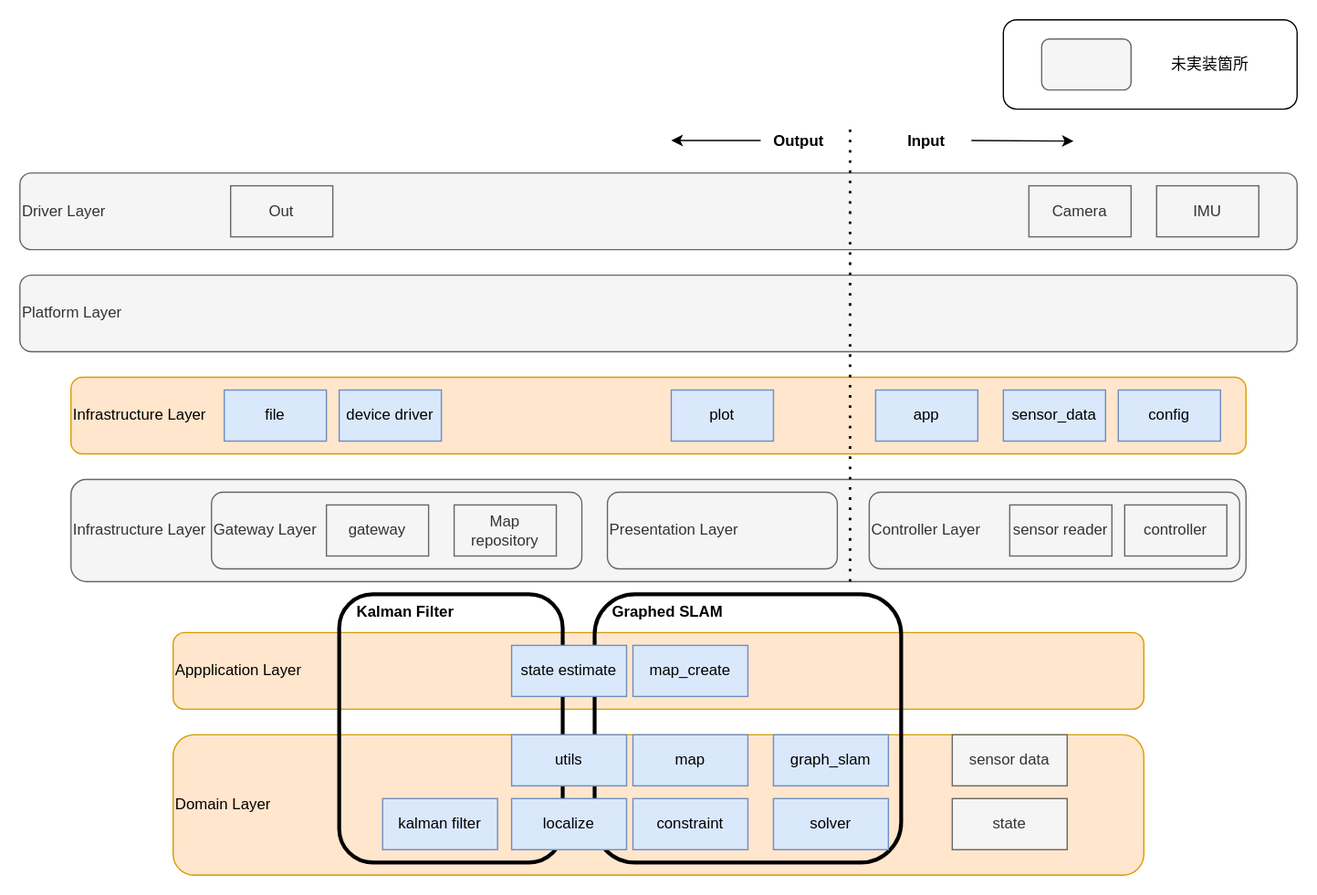
Above: static/soft_architecture.svg in hender14/robotics (draw.io), before the change. Source tidied: cells renumbered, new cells last; positions are measured from the earlier drawing's top-left corner, leaving out a move shared by most shapes. Source of this version:
```xml
<mxGraphModel>
  <root>
    <mxCell id="0" />
    <mxCell id="1" parent="0" />
    <mxCell id="2" value="Infrastructure Layer" style="rounded=1;whiteSpace=wrap;html=1;fillColor=#f5f5f5;strokeColor=#666666;align=left;fontColor=#333333;" parent="1" vertex="1">
      <mxGeometry x="40" y="360" width="920" height="80" as="geometry" />
    </mxCell>
    <mxCell id="3" value="Domain Layer" style="rounded=1;whiteSpace=wrap;html=1;fillColor=#ffe6cc;strokeColor=#d79b00;align=left;" parent="1" vertex="1">
      <mxGeometry x="120" y="560" width="760" height="110" as="geometry" />
    </mxCell>
    <mxCell id="4" value="Appplication Layer" style="rounded=1;whiteSpace=wrap;html=1;fillColor=#ffe6cc;strokeColor=#d79b00;align=left;" parent="1" vertex="1">
      <mxGeometry x="120" y="480" width="760" height="60" as="geometry" />
    </mxCell>
    <mxCell id="5" value="&lt;b&gt;　Graphed SLAM&lt;/b&gt;" style="rounded=1;whiteSpace=wrap;html=1;align=left;verticalAlign=top;fillColor=none;strokeWidth=3;" parent="1" vertex="1">
      <mxGeometry x="450" y="450" width="240" height="210" as="geometry" />
    </mxCell>
    <mxCell id="6" value="&lt;b&gt;　Kalman Filter&lt;/b&gt;" style="rounded=1;whiteSpace=wrap;html=1;align=left;verticalAlign=top;fillColor=none;gradientColor=none;strokeWidth=3;" parent="1" vertex="1">
      <mxGeometry x="250" y="450" width="175" height="210" as="geometry" />
    </mxCell>
    <mxCell id="7" value="Presentation Layer" style="rounded=1;whiteSpace=wrap;html=1;fillColor=#f5f5f5;strokeColor=#666666;align=left;fontColor=#333333;" parent="1" vertex="1">
      <mxGeometry x="460" y="370" width="180" height="60" as="geometry" />
    </mxCell>
    <mxCell id="8" value="Infrastructure Layer" style="rounded=1;whiteSpace=wrap;html=1;fillColor=#ffe6cc;strokeColor=#d79b00;align=left;" parent="1" vertex="1">
      <mxGeometry x="40" y="280" width="920" height="60" as="geometry" />
    </mxCell>
    <mxCell id="9" value="Platform Layer" style="rounded=1;whiteSpace=wrap;html=1;fillColor=#f5f5f5;strokeColor=#666666;align=left;fontColor=#333333;" parent="1" vertex="1">
      <mxGeometry y="200" width="1000" height="60" as="geometry" />
    </mxCell>
    <mxCell id="10" value="Driver Layer" style="rounded=1;whiteSpace=wrap;html=1;fillColor=#f5f5f5;strokeColor=#666666;align=left;fontColor=#333333;" parent="1" vertex="1">
      <mxGeometry y="120" width="1000" height="60" as="geometry" />
    </mxCell>
    <mxCell id="11" value="Camera" style="rounded=0;whiteSpace=wrap;html=1;fillColor=#f5f5f5;strokeColor=#666666;fontColor=#333333;" parent="1" vertex="1">
      <mxGeometry x="790" y="130" width="80" height="40" as="geometry" />
    </mxCell>
    <mxCell id="12" value="IMU" style="rounded=0;whiteSpace=wrap;html=1;fillColor=#f5f5f5;strokeColor=#666666;fontColor=#333333;" parent="1" vertex="1">
      <mxGeometry x="890" y="130" width="80" height="40" as="geometry" />
    </mxCell>
    <mxCell id="13" value="sensor_data" style="rounded=0;whiteSpace=wrap;html=1;fillColor=#dae8fc;strokeColor=#6c8ebf;" parent="1" vertex="1">
      <mxGeometry x="770" y="290" width="80" height="40" as="geometry" />
    </mxCell>
    <mxCell id="14" value="plot" style="rounded=0;whiteSpace=wrap;html=1;fillColor=#dae8fc;strokeColor=#6c8ebf;" parent="1" vertex="1">
      <mxGeometry x="510" y="290" width="80" height="40" as="geometry" />
    </mxCell>
    <mxCell id="15" value="Controller Layer" style="rounded=1;whiteSpace=wrap;html=1;fillColor=#f5f5f5;strokeColor=#666666;align=left;fontColor=#333333;" parent="1" vertex="1">
      <mxGeometry x="665" y="370" width="290" height="60" as="geometry" />
    </mxCell>
    <mxCell id="16" value="Gateway Layer" style="rounded=1;whiteSpace=wrap;html=1;fillColor=#f5f5f5;strokeColor=#666666;align=left;fontColor=#333333;" parent="1" vertex="1">
      <mxGeometry x="150" y="370" width="290" height="60" as="geometry" />
    </mxCell>
    <mxCell id="17" value="Out" style="rounded=0;whiteSpace=wrap;html=1;fillColor=#f5f5f5;strokeColor=#666666;fontColor=#333333;" parent="1" vertex="1">
      <mxGeometry x="165" y="130" width="80" height="40" as="geometry" />
    </mxCell>
    <mxCell id="18" value="sensor reader" style="rounded=0;whiteSpace=wrap;html=1;fillColor=#f5f5f5;strokeColor=#666666;fontColor=#333333;" parent="1" vertex="1">
      <mxGeometry x="775" y="380" width="80" height="40" as="geometry" />
    </mxCell>
    <mxCell id="19" value="state" style="rounded=0;whiteSpace=wrap;html=1;fillColor=#f5f5f5;strokeColor=#666666;fontColor=#333333;" parent="1" vertex="1">
      <mxGeometry x="730" y="610" width="90" height="40" as="geometry" />
    </mxCell>
    <mxCell id="20" value="map" style="rounded=0;whiteSpace=wrap;html=1;fillColor=#dae8fc;strokeColor=#6c8ebf;" parent="1" vertex="1">
      <mxGeometry x="480" y="560" width="90" height="40" as="geometry" />
    </mxCell>
    <mxCell id="21" value="sensor data" style="rounded=0;whiteSpace=wrap;html=1;fillColor=#f5f5f5;strokeColor=#666666;fontColor=#333333;" parent="1" vertex="1">
      <mxGeometry x="730" y="560" width="90" height="40" as="geometry" />
    </mxCell>
    <mxCell id="22" value="localize" style="rounded=0;whiteSpace=wrap;html=1;fillColor=#dae8fc;strokeColor=#6c8ebf;" parent="1" vertex="1">
      <mxGeometry x="385" y="610" width="90" height="40" as="geometry" />
    </mxCell>
    <mxCell id="23" value="graph_slam" style="rounded=0;whiteSpace=wrap;html=1;fillColor=#dae8fc;strokeColor=#6c8ebf;" parent="1" vertex="1">
      <mxGeometry x="590" y="560" width="90" height="40" as="geometry" />
    </mxCell>
    <mxCell id="24" value="kalman filter" style="rounded=0;whiteSpace=wrap;html=1;fillColor=#dae8fc;strokeColor=#6c8ebf;" parent="1" vertex="1">
      <mxGeometry x="284" y="610" width="90" height="40" as="geometry" />
    </mxCell>
    <mxCell id="25" value="map_create" style="rounded=0;whiteSpace=wrap;html=1;fillColor=#dae8fc;strokeColor=#6c8ebf;" parent="1" vertex="1">
      <mxGeometry x="480" y="490" width="90" height="40" as="geometry" />
    </mxCell>
    <mxCell id="26" value="state estimate" style="rounded=0;whiteSpace=wrap;html=1;fillColor=#dae8fc;strokeColor=#6c8ebf;" parent="1" vertex="1">
      <mxGeometry x="385" y="490" width="90" height="40" as="geometry" />
    </mxCell>
    <mxCell id="27" value="controller" style="rounded=0;whiteSpace=wrap;html=1;fillColor=#f5f5f5;strokeColor=#666666;fontColor=#333333;" parent="1" vertex="1">
      <mxGeometry x="865" y="380" width="80" height="40" as="geometry" />
    </mxCell>
    <mxCell id="28" value="gateway" style="rounded=0;whiteSpace=wrap;html=1;fillColor=#f5f5f5;strokeColor=#666666;fontColor=#333333;" parent="1" vertex="1">
      <mxGeometry x="240" y="380" width="80" height="40" as="geometry" />
    </mxCell>
    <mxCell id="29" value="device driver" style="rounded=0;whiteSpace=wrap;html=1;fillColor=#dae8fc;strokeColor=#6c8ebf;" parent="1" vertex="1">
      <mxGeometry x="250" y="290" width="80" height="40" as="geometry" />
    </mxCell>
    <mxCell id="30" value="constraint" style="rounded=0;whiteSpace=wrap;html=1;fillColor=#dae8fc;strokeColor=#6c8ebf;" parent="1" vertex="1">
      <mxGeometry x="480" y="610" width="90" height="40" as="geometry" />
    </mxCell>
    <mxCell id="31" value="solver" style="rounded=0;whiteSpace=wrap;html=1;fillColor=#dae8fc;strokeColor=#6c8ebf;" parent="1" vertex="1">
      <mxGeometry x="590" y="610" width="90" height="40" as="geometry" />
    </mxCell>
    <mxCell id="32" value="utils" style="rounded=0;whiteSpace=wrap;html=1;fillColor=#dae8fc;strokeColor=#6c8ebf;" parent="1" vertex="1">
      <mxGeometry x="385" y="560" width="90" height="40" as="geometry" />
    </mxCell>
    <mxCell id="33" value="config" style="rounded=0;whiteSpace=wrap;html=1;fillColor=#dae8fc;strokeColor=#6c8ebf;" parent="1" vertex="1">
      <mxGeometry x="860" y="290" width="80" height="40" as="geometry" />
    </mxCell>
    <mxCell id="34" value="file" style="rounded=0;whiteSpace=wrap;html=1;fillColor=#dae8fc;strokeColor=#6c8ebf;" parent="1" vertex="1">
      <mxGeometry x="160" y="290" width="80" height="40" as="geometry" />
    </mxCell>
    <mxCell id="35" value="Map repository" style="rounded=0;whiteSpace=wrap;html=1;fillColor=#f5f5f5;strokeColor=#666666;fontColor=#333333;" parent="1" vertex="1">
      <mxGeometry x="340" y="380" width="80" height="40" as="geometry" />
    </mxCell>
    <mxCell id="36" value="app" style="rounded=0;whiteSpace=wrap;html=1;fillColor=#dae8fc;strokeColor=#6c8ebf;" parent="1" vertex="1">
      <mxGeometry x="670" y="290" width="80" height="40" as="geometry" />
    </mxCell>
    <mxCell id="37" style="endArrow=none;dashed=1;html=1;dashPattern=1 3;strokeWidth=2;rounded=0;" parent="1" edge="1">
      <mxGeometry relative="1" as="geometry">
        <mxPoint x="650" y="440" as="sourcePoint" />
        <mxPoint x="650" y="80" as="targetPoint" />
      </mxGeometry>
    </mxCell>
    <mxCell id="38" value="Input" style="text;html=1;strokeColor=none;fillColor=none;align=center;verticalAlign=middle;whiteSpace=wrap;rounded=0;fontStyle=1;" parent="1" vertex="1">
      <mxGeometry x="680" y="80" width="60" height="30" as="geometry" />
    </mxCell>
    <mxCell id="39" value="Output" style="text;html=1;strokeColor=none;fillColor=none;align=center;verticalAlign=middle;whiteSpace=wrap;rounded=0;fontStyle=1;" parent="1" vertex="1">
      <mxGeometry x="580" y="80" width="60" height="30" as="geometry" />
    </mxCell>
    <mxCell id="40" style="endArrow=classic;html=1;rounded=0;" parent="1" edge="1">
      <mxGeometry relative="1" as="geometry">
        <mxPoint x="580" y="94.5" as="sourcePoint" />
        <mxPoint x="510" y="94.5" as="targetPoint" />
      </mxGeometry>
    </mxCell>
    <mxCell id="41" style="endArrow=classic;html=1;rounded=0;" parent="1" edge="1">
      <mxGeometry relative="1" as="geometry">
        <mxPoint x="745" y="94.5" as="sourcePoint" />
        <mxPoint x="825" y="95" as="targetPoint" />
      </mxGeometry>
    </mxCell>
    <mxCell id="42" style="group;" parent="1" vertex="1">
      <mxGeometry x="770" width="230" height="70" as="geometry" />
    </mxCell>
    <mxCell id="43" style="rounded=1;whiteSpace=wrap;html=1;" parent="42" vertex="1">
      <mxGeometry width="230" height="70" as="geometry" />
    </mxCell>
    <mxCell id="44" style="rounded=1;whiteSpace=wrap;html=1;fillColor=#f5f5f5;fontColor=#333333;strokeColor=#666666;" parent="42" vertex="1">
      <mxGeometry x="30" y="15" width="70" height="40" as="geometry" />
    </mxCell>
    <mxCell id="45" value="未実装箇所" style="text;html=1;strokeColor=none;fillColor=none;align=center;verticalAlign=middle;whiteSpace=wrap;rounded=0;" parent="42" vertex="1">
      <mxGeometry x="124" y="20" width="76" height="30" as="geometry" />
    </mxCell>
  </root>
</mxGraphModel>
```
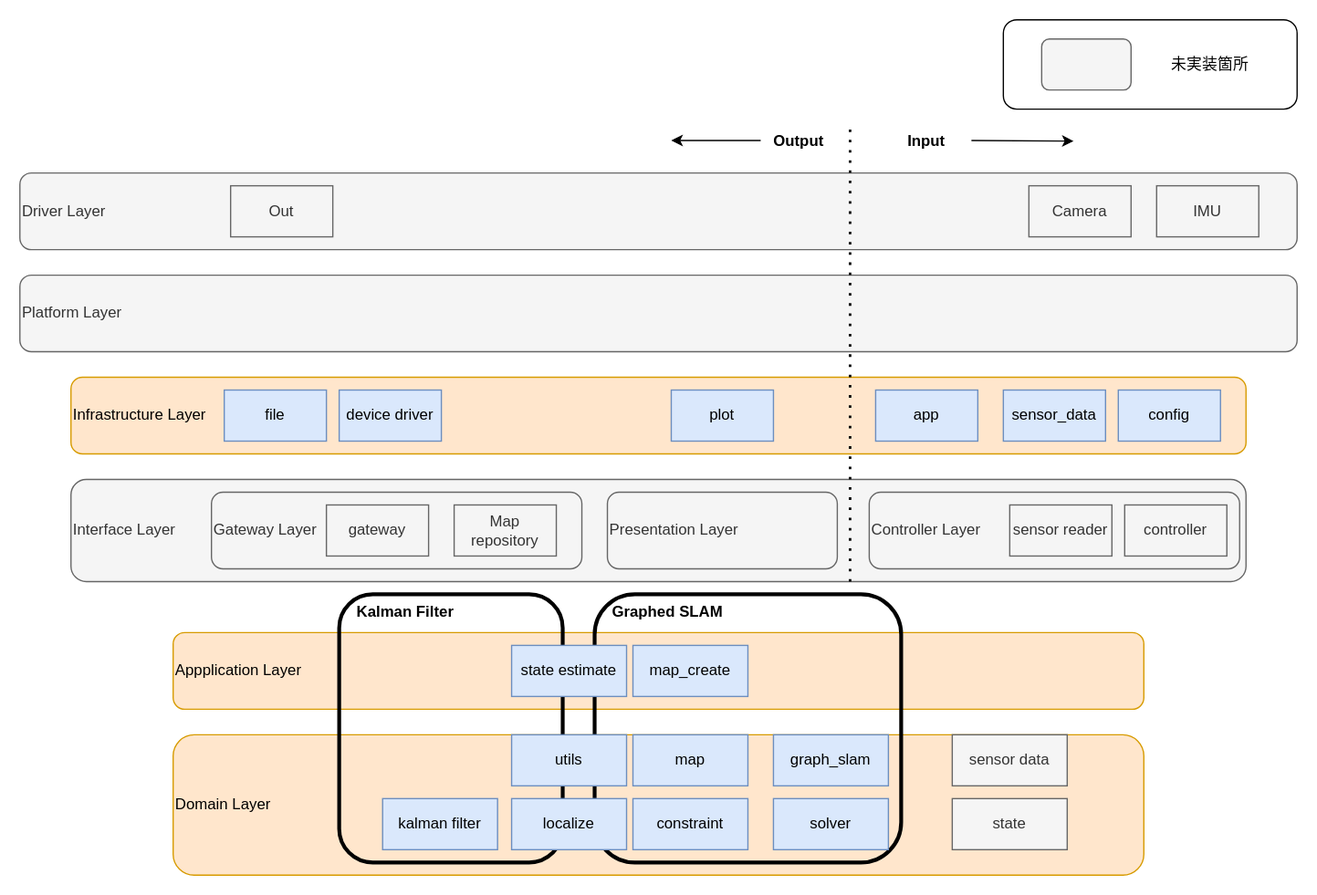
The same diagram one commit later.

The edit, as a diff of the source:
```diff
@@ -2,7 +2,7 @@
   <root>
     <mxCell id="0" />
     <mxCell id="1" parent="0" />
-    <mxCell id="2" value="Infrastructure Layer" style="rounded=1;whiteSpace=wrap;html=1;fillColor=#f5f5f5;strokeColor=#666666;align=left;fontColor=#333333;" parent="1" vertex="1">
+    <mxCell id="2" value="Interface Layer" style="rounded=1;whiteSpace=wrap;html=1;fillColor=#f5f5f5;strokeColor=#666666;align=left;fontColor=#333333;" parent="1" vertex="1">
       <mxGeometry x="40" y="360" width="920" height="80" as="geometry" />
     </mxCell>
     <mxCell id="3" value="Domain Layer" style="rounded=1;whiteSpace=wrap;html=1;fillColor=#ffe6cc;strokeColor=#d79b00;align=left;" parent="1" vertex="1">
```
